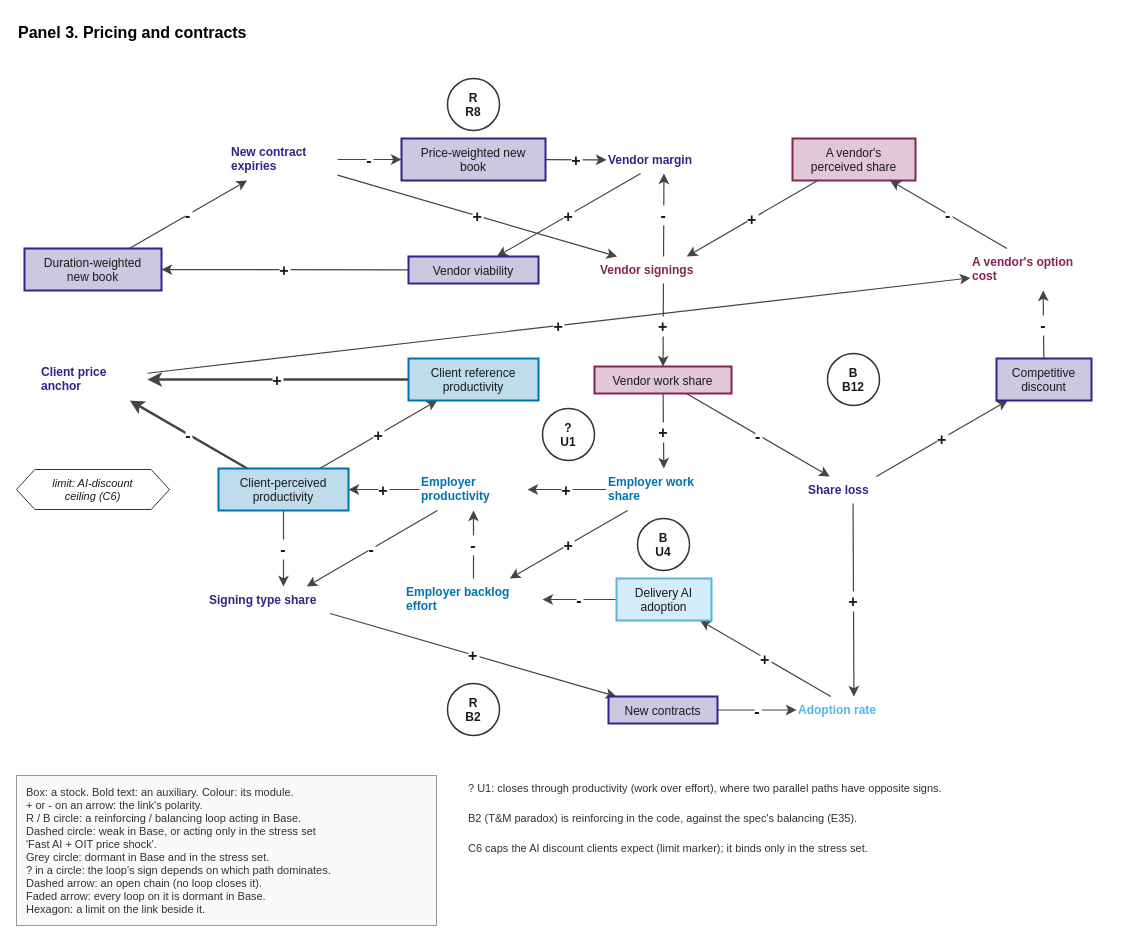
The draw.io diagram docs/model/diagrams/panel-pricing.drawio in stravoris-tech/ai-it-labour-sim, before the edit. Source tidied: cells renumbered, new cells numbered last; positions are measured from the earlier drawing's top-left corner, leaving out a move shared by most shapes. Both pictures are drawn from the tidied source at 100%, with x=0, y=0 at pixel (16, 16).
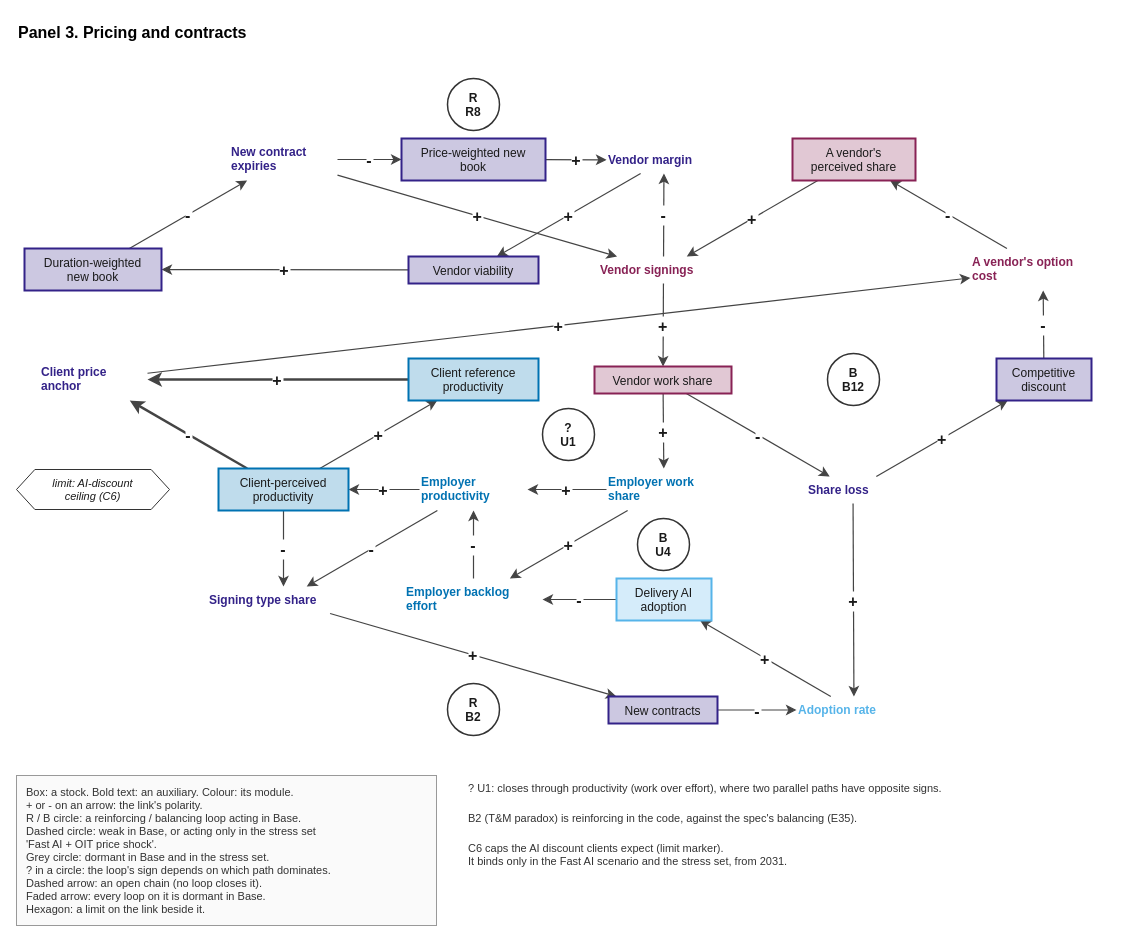
After the change.

Change to the diagram source:
```diff
@@
-    <mxCell id="62" value="C6 caps the AI discount clients expect (limit marker); it binds only in the stress set." style="html=0;fontFamily=Helvetica;fontSize=12;text;align=left;verticalAlign=top;fontSize=11;strokeColor=none;fillColor=none;fontColor=#333333;" parent="1" vertex="1">
-      <mxGeometry x="450" y="819" width="574" height="26" as="geometry" />
+    <mxCell id="62" value="C6 caps the AI discount clients expect (limit marker).&#10;It binds only in the Fast AI scenario and the stress set, from 2031." style="html=0;fontFamily=Helvetica;fontSize=12;text;align=left;verticalAlign=top;fontSize=11;strokeColor=none;fillColor=none;fontColor=#333333;" parent="1" vertex="1">
+      <mxGeometry x="450" y="819" width="452" height="40" as="geometry" />
     </mxCell>
```
